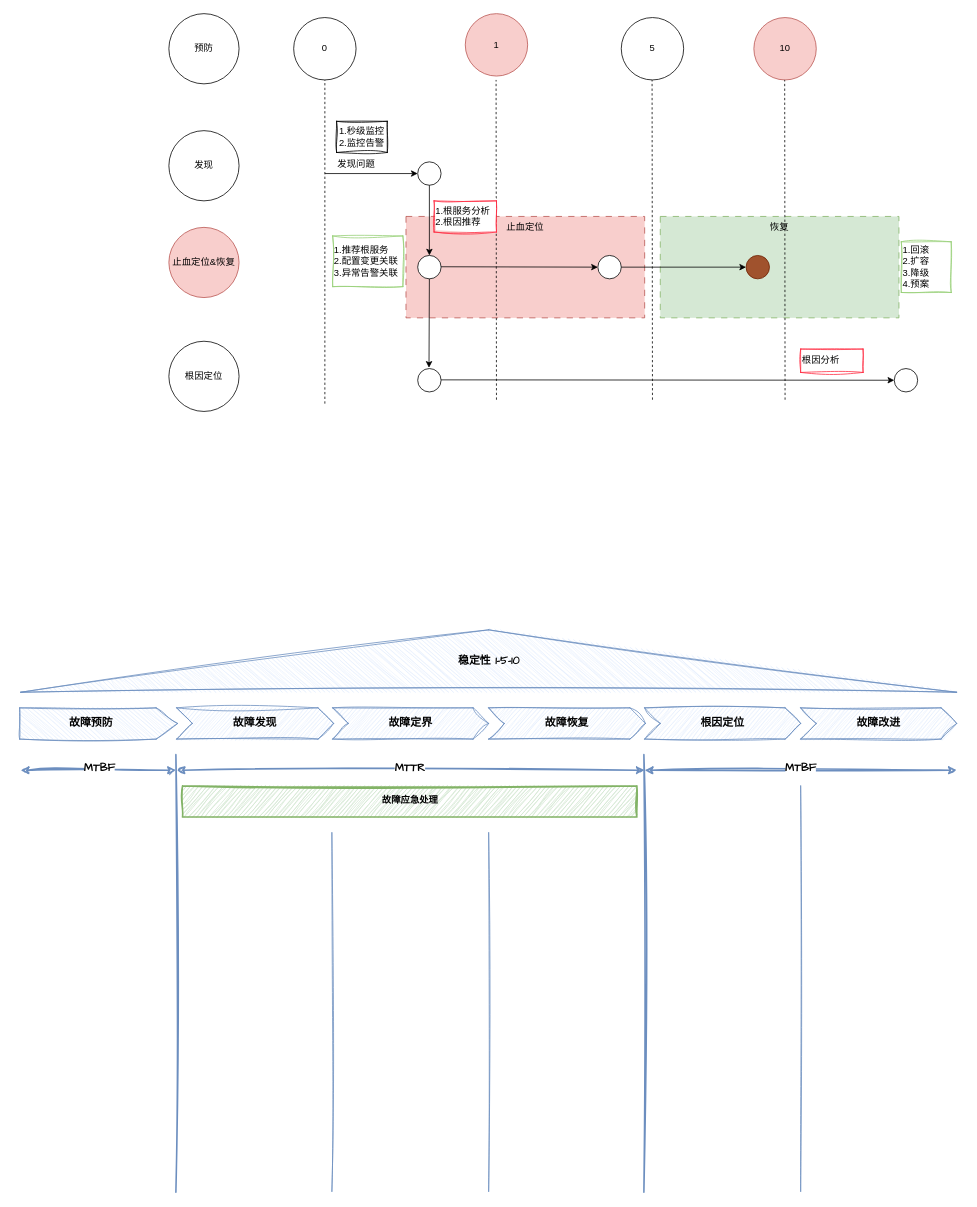
zhuanzhuan-tech/arch-draw-io keeps this draw.io diagram as page "1-5-10" (1 of 5) of tech/arch/稳定性.drawio. Above is the earlier version. Source tidied: cells renumbered, new cells numbered last; positions are measured from the earlier drawing's top-left corner, leaving out a move shared by most shapes. Both pictures are drawn from the tidied source at 78%, with x=0, y=0 at pixel (20, 13).
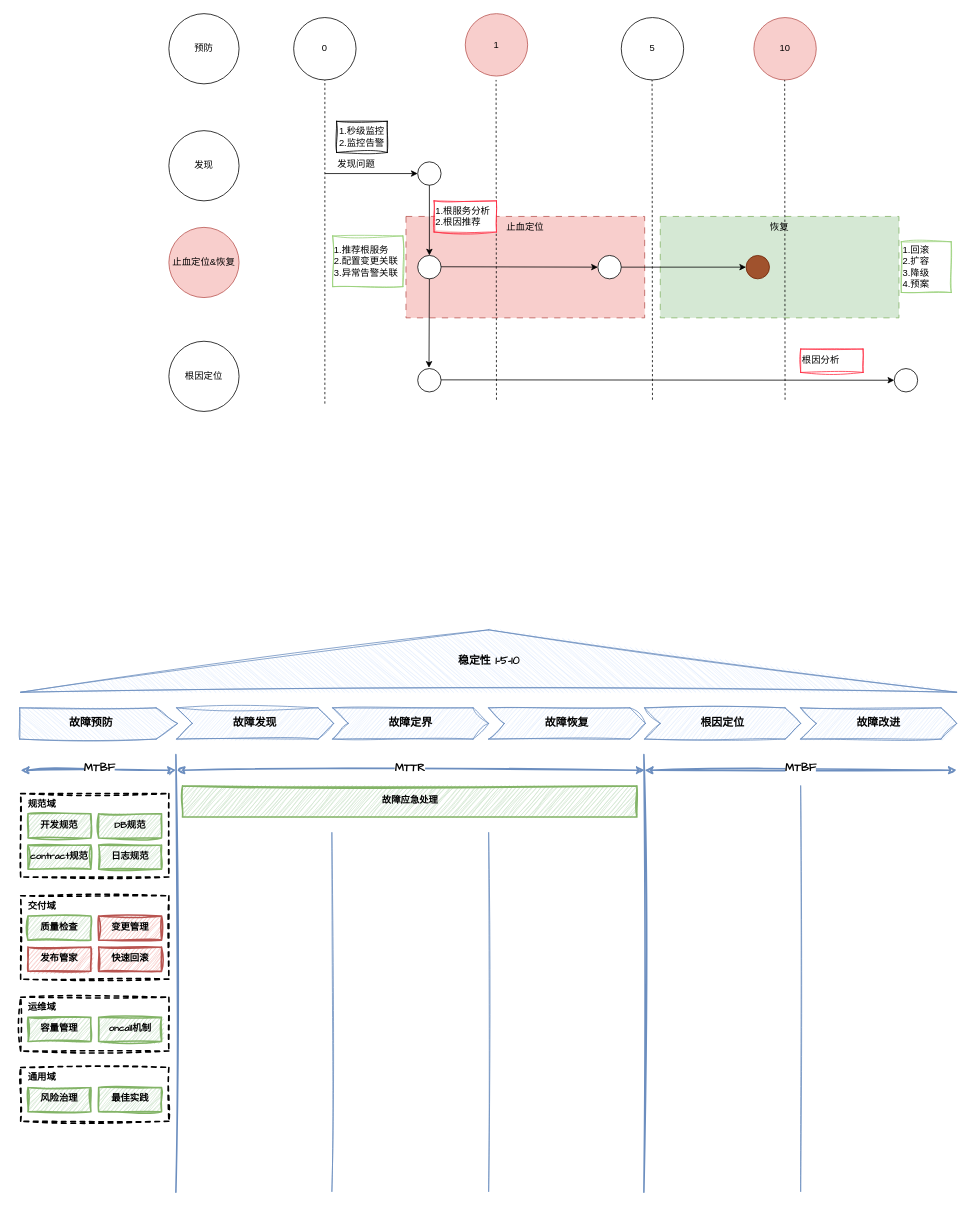
After the change.

Commit message (it also covers changes not shown here):
更新稳定性.drawio

Diff of the diagram source:
```diff
@@
+    <mxCell id="55" style="rounded=0;whiteSpace=wrap;html=1;sketch=1;hachureGap=4;jiggle=2;curveFitting=1;fontFamily=Architects Daughter;strokeWidth=2;dashed=1;fillColor=none;" parent="1" vertex="1">
+      <mxGeometry y="1131" width="190" height="106.8" as="geometry" />
+    </mxCell>
+    <mxCell id="56" style="rounded=0;whiteSpace=wrap;html=1;sketch=1;hachureGap=4;jiggle=2;curveFitting=1;fontFamily=Architects Daughter;strokeWidth=2;dashed=1;fillColor=none;" parent="1" vertex="1">
+      <mxGeometry y="1000" width="190" height="106.8" as="geometry" />
+    </mxCell>
@@
+    <mxCell id="57" value="&lt;b&gt;开发规范&lt;/b&gt;" style="rounded=0;whiteSpace=wrap;html=1;sketch=1;hachureGap=4;jiggle=2;curveFitting=1;fontFamily=Architects Daughter;fillColor=#d5e8d4;strokeWidth=2;strokeColor=#82b366;" parent="1" vertex="1">
+      <mxGeometry x="9.4" y="1025.8" width="80.6" height="31" as="geometry" />
+    </mxCell>
+    <mxCell id="58" value="&lt;b&gt;DB规范&lt;/b&gt;" style="rounded=0;whiteSpace=wrap;html=1;sketch=1;hachureGap=4;jiggle=2;curveFitting=1;fontFamily=Architects Daughter;fillColor=#d5e8d4;strokeWidth=2;strokeColor=#82b366;" parent="1" vertex="1">
+      <mxGeometry x="100" y="1025.8" width="80.6" height="31" as="geometry" />
+    </mxCell>
+    <mxCell id="59" value="&lt;b&gt;contract规范&lt;/b&gt;" style="rounded=0;whiteSpace=wrap;html=1;sketch=1;hachureGap=4;jiggle=2;curveFitting=1;fontFamily=Architects Daughter;fillColor=#d5e8d4;strokeWidth=2;strokeColor=#82b366;" parent="1" vertex="1">
+      <mxGeometry x="9.4" y="1065.8" width="80.6" height="31" as="geometry" />
+    </mxCell>
+    <mxCell id="60" value="&lt;b&gt;日志规范&lt;/b&gt;" style="rounded=0;whiteSpace=wrap;html=1;sketch=1;hachureGap=4;jiggle=2;curveFitting=1;fontFamily=Architects Daughter;fillColor=#d5e8d4;strokeWidth=2;strokeColor=#82b366;" parent="1" vertex="1">
+      <mxGeometry x="100" y="1065.8" width="80.6" height="31" as="geometry" />
+    </mxCell>
+    <mxCell id="61" value="&lt;b&gt;规范域&lt;/b&gt;" style="text;html=1;align=center;verticalAlign=middle;strokeColor=none;fillColor=none;fontFamily=Architects Daughter;" parent="1" vertex="1">
+      <mxGeometry x="-3" y="999" width="60" height="30" as="geometry" />
+    </mxCell>
+    <mxCell id="62" value="&lt;b&gt;质量检查&lt;/b&gt;" style="rounded=0;whiteSpace=wrap;html=1;sketch=1;hachureGap=4;jiggle=2;curveFitting=1;fontFamily=Architects Daughter;fillColor=#d5e8d4;strokeWidth=2;strokeColor=#82b366;" parent="1" vertex="1">
+      <mxGeometry x="9.4" y="1156.8" width="80.6" height="31" as="geometry" />
+    </mxCell>
+    <mxCell id="63" value="&lt;b&gt;变更管理&lt;/b&gt;" style="rounded=0;whiteSpace=wrap;html=1;sketch=1;hachureGap=4;jiggle=2;curveFitting=1;fontFamily=Architects Daughter;fillColor=#f8cecc;strokeWidth=2;strokeColor=#b85450;" parent="1" vertex="1">
+      <mxGeometry x="100" y="1156.8" width="80.6" height="31" as="geometry" />
+    </mxCell>
+    <mxCell id="64" value="&lt;b&gt;发布管家&lt;/b&gt;" style="rounded=0;whiteSpace=wrap;html=1;sketch=1;hachureGap=4;jiggle=2;curveFitting=1;fontFamily=Architects Daughter;fillColor=#f8cecc;strokeWidth=2;strokeColor=#b85450;" parent="1" vertex="1">
+      <mxGeometry x="9.4" y="1196.8" width="80.6" height="31" as="geometry" />
+    </mxCell>
+    <mxCell id="65" value="&lt;b&gt;快速回滚&lt;/b&gt;" style="rounded=0;whiteSpace=wrap;html=1;sketch=1;hachureGap=4;jiggle=2;curveFitting=1;fontFamily=Architects Daughter;fillColor=#f8cecc;strokeWidth=2;strokeColor=#b85450;" parent="1" vertex="1">
+      <mxGeometry x="100" y="1196.8" width="80.6" height="31" as="geometry" />
+    </mxCell>
+    <mxCell id="66" value="&lt;b&gt;交付域&lt;/b&gt;" style="text;html=1;align=center;verticalAlign=middle;strokeColor=none;fillColor=none;fontFamily=Architects Daughter;" parent="1" vertex="1">
+      <mxGeometry x="-3" y="1130" width="60" height="30" as="geometry" />
+    </mxCell>
+    <mxCell id="67" style="rounded=0;whiteSpace=wrap;html=1;sketch=1;hachureGap=4;jiggle=2;curveFitting=1;fontFamily=Architects Daughter;strokeWidth=2;dashed=1;fillColor=none;" parent="1" vertex="1">
+      <mxGeometry y="1261" width="190" height="69" as="geometry" />
+    </mxCell>
+    <mxCell id="68" value="&lt;b&gt;容量管理&lt;/b&gt;" style="rounded=0;whiteSpace=wrap;html=1;sketch=1;hachureGap=4;jiggle=2;curveFitting=1;fontFamily=Architects Daughter;fillColor=#d5e8d4;strokeWidth=2;strokeColor=#82b366;" parent="1" vertex="1">
+      <mxGeometry x="9.4" y="1286.8" width="80.6" height="31" as="geometry" />
+    </mxCell>
+    <mxCell id="69" value="&lt;b&gt;oncall机制&lt;/b&gt;" style="rounded=0;whiteSpace=wrap;html=1;sketch=1;hachureGap=4;jiggle=2;curveFitting=1;fontFamily=Architects Daughter;fillColor=#d5e8d4;strokeWidth=2;strokeColor=#82b366;" parent="1" vertex="1">
+      <mxGeometry x="100" y="1286.8" width="80.6" height="31" as="geometry" />
+    </mxCell>
+    <mxCell id="70" value="&lt;b&gt;运维域&lt;/b&gt;" style="text;html=1;align=center;verticalAlign=middle;strokeColor=none;fillColor=none;fontFamily=Architects Daughter;" parent="1" vertex="1">
+      <mxGeometry x="-3" y="1260" width="60" height="30" as="geometry" />
+    </mxCell>
+    <mxCell id="71" style="rounded=0;whiteSpace=wrap;html=1;sketch=1;hachureGap=4;jiggle=2;curveFitting=1;fontFamily=Architects Daughter;strokeWidth=2;dashed=1;fillColor=none;" parent="1" vertex="1">
+      <mxGeometry y="1351" width="190" height="69" as="geometry" />
+    </mxCell>
+    <mxCell id="72" value="&lt;b&gt;风险治理&lt;/b&gt;" style="rounded=0;whiteSpace=wrap;html=1;sketch=1;hachureGap=4;jiggle=2;curveFitting=1;fontFamily=Architects Daughter;fillColor=#d5e8d4;strokeWidth=2;strokeColor=#82b366;" parent="1" vertex="1">
+      <mxGeometry x="9.4" y="1376.8" width="80.6" height="31" as="geometry" />
+    </mxCell>
+    <mxCell id="73" value="&lt;b&gt;最佳实践&lt;/b&gt;" style="rounded=0;whiteSpace=wrap;html=1;sketch=1;hachureGap=4;jiggle=2;curveFitting=1;fontFamily=Architects Daughter;fillColor=#d5e8d4;strokeWidth=2;strokeColor=#82b366;" parent="1" vertex="1">
+      <mxGeometry x="100" y="1376.8" width="80.6" height="31" as="geometry" />
+    </mxCell>
+    <mxCell id="74" value="&lt;b&gt;通用域&lt;/b&gt;" style="text;html=1;align=center;verticalAlign=middle;strokeColor=none;fillColor=none;fontFamily=Architects Daughter;" parent="1" vertex="1">
+      <mxGeometry x="-3" y="1350" width="60" height="30" as="geometry" />
+    </mxCell>
```
